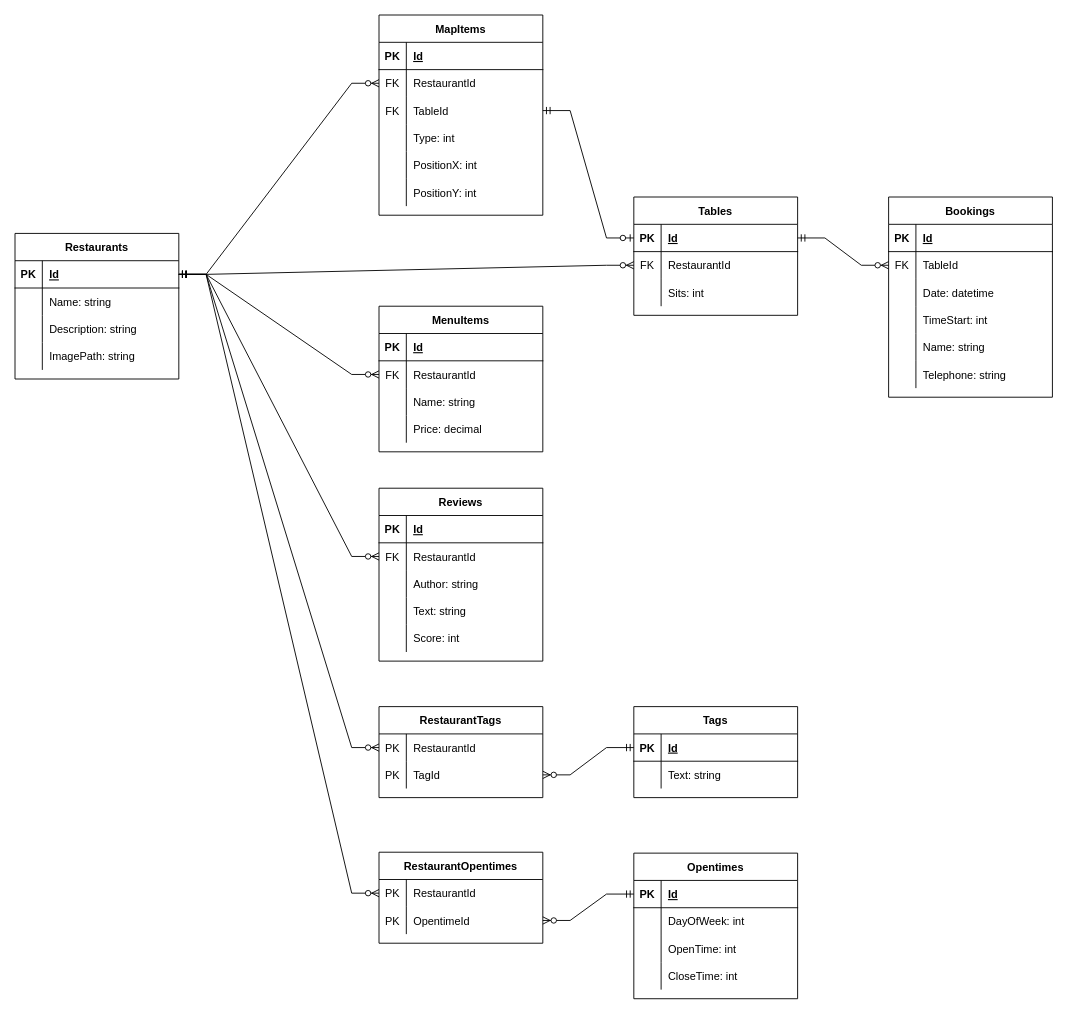
Before: DatabaseDesign.drawio in koloczz/sit-eat, a draw.io diagram. Source tidied: cells renumbered, new cells numbered last; positions are measured from the earlier drawing's top-left corner, leaving out a move shared by most shapes. Both pictures are drawn from the tidied source at 91%, with x=0, y=0 at pixel (15, 15).
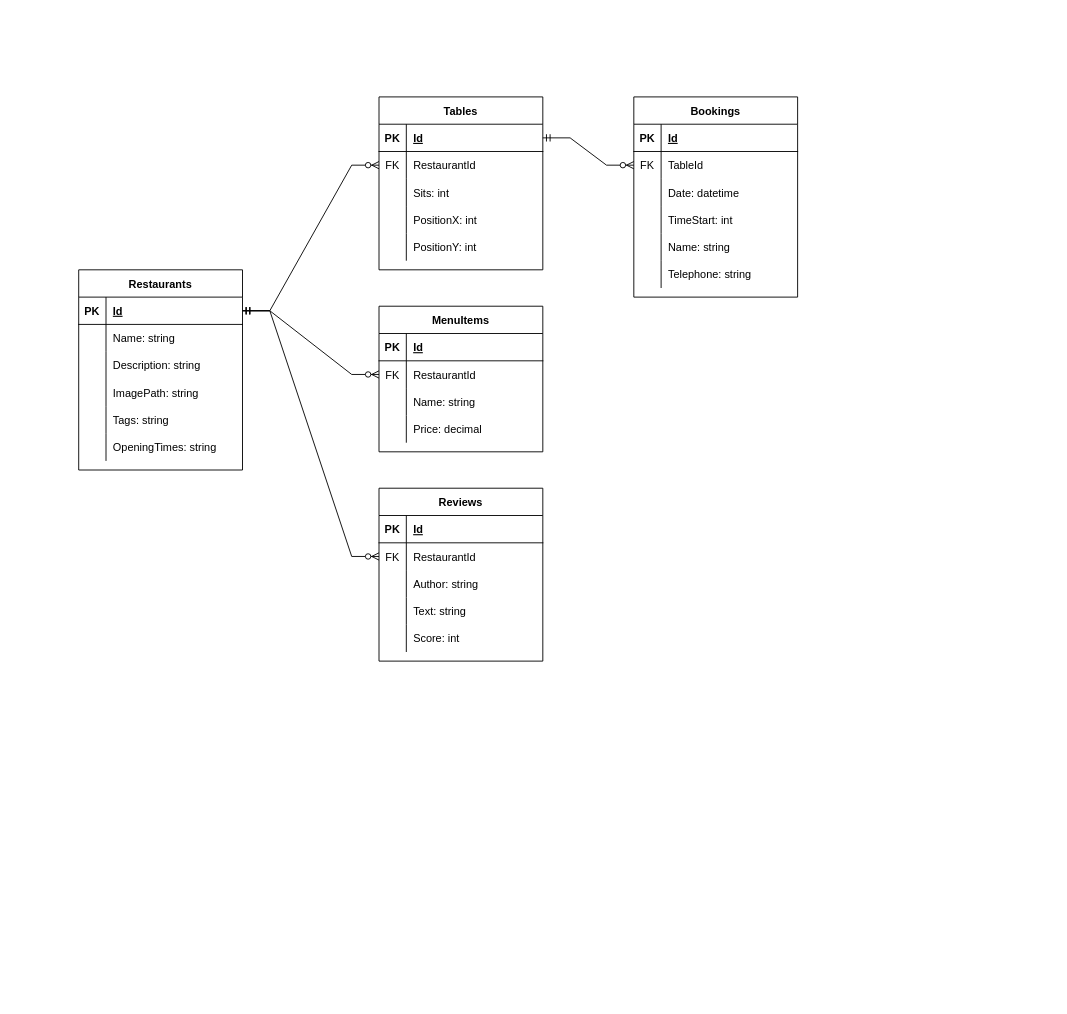
After the change.

Commit message (it also covers changes not shown here):
Simplify database design

The change refers to these unchanged cells:
```xml
<mxCell id="3" style="shape=partialRectangle;fillColor=none;top=0;left=0;bottom=1;right=0;points=[[0,0.5],[1,0.5]];portConstraint=eastwest;" parent="2" vertex="1">
  <mxGeometry y="30" width="180" height="30" as="geometry" />
</mxCell>
<mxCell id="16" style="shape=partialRectangle;fillColor=none;top=0;left=0;bottom=1;right=0;points=[[0,0.5],[1,0.5]];portConstraint=eastwest;" parent="15" vertex="1">
  <mxGeometry y="30" width="180" height="30" as="geometry" />
</mxCell>
```

Change to the diagram source:
```diff
@@
     <mxCell id="2" value="Restaurants" style="shape=table;startSize=30;childLayout=tableLayout;rowLines=0;fontStyle=1;align=center;fillColor=default;strokeColor=default;fontColor=default;" parent="1" vertex="1">
-      <mxGeometry y="240" width="180" height="160" as="geometry" />
+      <mxGeometry x="70" y="280" width="180" height="220" as="geometry" />
     </mxCell>
@@
+    <mxCell id="136" style="shape=partialRectangle;fillColor=none;top=0;left=0;bottom=0;right=0;" parent="2" vertex="1">
+      <mxGeometry y="150" width="180" height="30" as="geometry" />
+    </mxCell>
+    <mxCell id="137" style="shape=partialRectangle;fillColor=none;top=0;left=0;bottom=0;right=0;overflow=hidden;" parent="136" vertex="1">
+      <mxGeometry width="30" height="30" as="geometry" />
+    </mxCell>
+    <mxCell id="138" value="Tags: string" style="shape=partialRectangle;fillColor=none;top=0;left=0;bottom=0;right=0;align=left;spacingLeft=6;overflow=hidden;" parent="136" vertex="1">
+      <mxGeometry x="30" width="150" height="30" as="geometry" />
+    </mxCell>
+    <mxCell id="42" style="shape=partialRectangle;fillColor=none;top=0;left=0;bottom=0;right=0;" parent="2" vertex="1">
+      <mxGeometry y="180" width="180" height="30" as="geometry" />
+    </mxCell>
+    <mxCell id="139" style="shape=partialRectangle;fillColor=none;top=0;left=0;bottom=0;right=0;overflow=hidden;" parent="42" vertex="1">
+      <mxGeometry width="30" height="30" as="geometry" />
+    </mxCell>
+    <mxCell id="140" value="OpeningTimes: string" style="shape=partialRectangle;fillColor=none;top=0;left=0;bottom=0;right=0;align=left;spacingLeft=6;overflow=hidden;" parent="42" vertex="1">
+      <mxGeometry x="30" width="150" height="30" as="geometry" />
+    </mxCell>
     <mxCell id="15" value="Tables" style="shape=table;startSize=30;childLayout=tableLayout;rowLines=0;fontStyle=1;align=center;" parent="1" vertex="1">
-      <mxGeometry x="680" y="200" width="180" height="130" as="geometry" />
+      <mxGeometry x="400" y="90" width="180" height="190" as="geometry" />
     </mxCell>
@@
+    <mxCell id="141" style="shape=partialRectangle;fillColor=none;top=0;left=0;bottom=0;right=0;" parent="15" vertex="1">
+      <mxGeometry y="120" width="180" height="30" as="geometry" />
+    </mxCell>
+    <mxCell id="142" style="shape=partialRectangle;fillColor=none;top=0;left=0;bottom=0;right=0;overflow=hidden;" parent="141" vertex="1">
+      <mxGeometry width="30" height="30" as="geometry" />
+    </mxCell>
+    <mxCell id="41" value="PositionX: int" style="shape=partialRectangle;fillColor=none;top=0;left=0;bottom=0;right=0;align=left;spacingLeft=6;overflow=hidden;" parent="141" vertex="1">
+      <mxGeometry x="30" width="150" height="30" as="geometry" />
+    </mxCell>
+    <mxCell id="143" style="shape=partialRectangle;fillColor=none;top=0;left=0;bottom=0;right=0;" parent="15" vertex="1">
+      <mxGeometry y="150" width="180" height="30" as="geometry" />
+    </mxCell>
+    <mxCell id="144" style="shape=partialRectangle;fillColor=none;top=0;left=0;bottom=0;right=0;overflow=hidden;" parent="143" vertex="1">
+      <mxGeometry width="30" height="30" as="geometry" />
+    </mxCell>
+    <mxCell id="44" value="PositionY: int" style="shape=partialRectangle;fillColor=none;top=0;left=0;bottom=0;right=0;align=left;spacingLeft=6;overflow=hidden;" parent="143" vertex="1">
+      <mxGeometry x="30" width="150" height="30" as="geometry" />
+    </mxCell>
@@
-    <mxCell id="26" value="MapItems" style="shape=table;startSize=30;childLayout=tableLayout;rowLines=0;fontStyle=1;align=center;" parent="1" vertex="1">
-      <mxGeometry x="400" width="180" height="220" as="geometry" />
-    </mxCell>
-    <mxCell id="27" style="shape=partialRectangle;fillColor=none;top=0;left=0;bottom=1;right=0;" parent="26" vertex="1">
-      <mxGeometry y="30" width="180" height="30" as="geometry" />
-    </mxCell>
-    <mxCell id="28" value="PK" style="shape=partialRectangle;fillColor=none;top=0;left=0;bottom=0;right=0;fontStyle=1;overflow=hidden;" parent="27" vertex="1">
-      <mxGeometry width="30" height="30" as="geometry" />
-    </mxCell>
-    <mxCell id="29" value="Id" style="shape=partialRectangle;fillColor=none;top=0;left=0;bottom=0;right=0;align=left;spacingLeft=6;fontStyle=5;overflow=hidden;" parent="27" vertex="1">
-      <mxGeometry x="30" width="150" height="30" as="geometry" />
-    </mxCell>
-    <mxCell id="30" style="shape=partialRectangle;fillColor=none;top=0;left=0;bottom=0;right=0;points=[[0,0.5],[1,0.5]];portConstraint=eastwest;" parent="26" vertex="1">
-      <mxGeometry y="60" width="180" height="30" as="geometry" />
-    </mxCell>
-    <mxCell id="31" value="FK" style="shape=partialRectangle;fillColor=none;top=0;left=0;bottom=0;right=0;overflow=hidden;" parent="30" vertex="1">
-      <mxGeometry width="30" height="30" as="geometry" />
-    </mxCell>
-    <mxCell id="32" value="RestaurantId" style="shape=partialRectangle;fillColor=none;top=0;left=0;bottom=0;right=0;align=left;spacingLeft=6;overflow=hidden;" parent="30" vertex="1">
-      <mxGeometry x="30" width="150" height="30" as="geometry" />
-    </mxCell>
-    <mxCell id="33" style="shape=partialRectangle;fillColor=none;top=0;left=0;bottom=0;right=0;points=[[0,0.5],[1,0.5]];portConstraint=eastwest;" parent="26" vertex="1">
-      <mxGeometry y="90" width="180" height="30" as="geometry" />
-    </mxCell>
-    <mxCell id="34" value="FK" style="shape=partialRectangle;fillColor=none;top=0;left=0;bottom=0;right=0;overflow=hidden;" parent="33" vertex="1">
-      <mxGeometry width="30" height="30" as="geometry" />
-    </mxCell>
-    <mxCell id="35" value="TableId" style="shape=partialRectangle;fillColor=none;top=0;left=0;bottom=0;right=0;align=left;spacingLeft=6;overflow=hidden;" parent="33" vertex="1">
-      <mxGeometry x="30" width="150" height="30" as="geometry" />
-    </mxCell>
-    <mxCell id="36" style="shape=partialRectangle;fillColor=none;top=0;left=0;bottom=0;right=0;" parent="26" vertex="1">
-      <mxGeometry y="120" width="180" height="30" as="geometry" />
-    </mxCell>
-    <mxCell id="37" style="shape=partialRectangle;fillColor=none;top=0;left=0;bottom=0;right=0;overflow=hidden;" parent="36" vertex="1">
-      <mxGeometry width="30" height="30" as="geometry" />
-    </mxCell>
-    <mxCell id="38" value="Type: int" style="shape=partialRectangle;fillColor=none;top=0;left=0;bottom=0;right=0;align=left;spacingLeft=6;overflow=hidden;" parent="36" vertex="1">
-      <mxGeometry x="30" width="150" height="30" as="geometry" />
-    </mxCell>
-    <mxCell id="39" style="shape=partialRectangle;fillColor=none;top=0;left=0;bottom=0;right=0;" parent="26" vertex="1">
-      <mxGeometry y="150" width="180" height="30" as="geometry" />
-    </mxCell>
-    <mxCell id="40" style="shape=partialRectangle;fillColor=none;top=0;left=0;bottom=0;right=0;overflow=hidden;" parent="39" vertex="1">
-      <mxGeometry width="30" height="30" as="geometry" />
-    </mxCell>
-    <mxCell id="41" value="PositionX: int" style="shape=partialRectangle;fillColor=none;top=0;left=0;bottom=0;right=0;align=left;spacingLeft=6;overflow=hidden;" parent="39" vertex="1">
-      <mxGeometry x="30" width="150" height="30" as="geometry" />
-    </mxCell>
-    <mxCell id="42" style="shape=partialRectangle;fillColor=none;top=0;left=0;bottom=0;right=0;" parent="26" vertex="1">
-      <mxGeometry y="180" width="180" height="30" as="geometry" />
-    </mxCell>
-    <mxCell id="43" style="shape=partialRectangle;fillColor=none;top=0;left=0;bottom=0;right=0;overflow=hidden;" parent="42" vertex="1">
-      <mxGeometry width="30" height="30" as="geometry" />
-    </mxCell>
-    <mxCell id="44" value="PositionY: int" style="shape=partialRectangle;fillColor=none;top=0;left=0;bottom=0;right=0;align=left;spacingLeft=6;overflow=hidden;" parent="42" vertex="1">
-      <mxGeometry x="30" width="150" height="30" as="geometry" />
-    </mxCell>
-    <mxCell id="45" style="edgeStyle=entityRelationEdgeStyle;fontSize=12;html=1;endArrow=ERzeroToMany;startArrow=ERmandOne;rounded=0;exitX=1;exitY=0.5;exitDx=0;exitDy=0;entryX=0;entryY=0.5;entryDx=0;entryDy=0;" parent="1" edge="1" source="3" target="30">
-      <mxGeometry relative="1" as="geometry" />
-    </mxCell>
-    <mxCell id="46" style="edgeStyle=entityRelationEdgeStyle;fontSize=12;html=1;endArrow=ERzeroToOne;startArrow=ERmandOne;rounded=0;entryX=0;entryY=0.5;entryDx=0;entryDy=0;exitX=1;exitY=0.5;exitDx=0;exitDy=0;strokeColor=default;labelBackgroundColor=default;fontColor=default;" parent="1" edge="1" source="33" target="16">
-      <mxGeometry relative="1" as="geometry" />
-    </mxCell>
     <mxCell id="47" value="Bookings" style="shape=table;startSize=30;childLayout=tableLayout;rowLines=0;fontStyle=1;align=center;" parent="1" vertex="1">
-      <mxGeometry x="960" y="200" width="180" height="220" as="geometry" />
+      <mxGeometry x="680" y="90" width="180" height="220" as="geometry" />
     </mxCell>
@@
-    <mxCell id="98" value="Tags" style="shape=table;startSize=30;childLayout=tableLayout;rowLines=0;fontStyle=1;align=center;fillColor=default;strokeColor=default;fontColor=default;" parent="1" vertex="1">
-      <mxGeometry x="680" y="760" width="180" height="100" as="geometry" />
-    </mxCell>
-    <mxCell id="99" style="shape=partialRectangle;fillColor=none;top=0;left=0;bottom=1;right=0;points=[[0,0.5],[1,0.5]];portConstraint=eastwest;" parent="98" vertex="1">
-      <mxGeometry y="30" width="180" height="30" as="geometry" />
-    </mxCell>
-    <mxCell id="100" value="PK" style="shape=partialRectangle;fillColor=none;top=0;left=0;bottom=0;right=0;fontStyle=1;overflow=hidden;" parent="99" vertex="1">
-      <mxGeometry width="30" height="30" as="geometry" />
-    </mxCell>
-    <mxCell id="101" value="Id" style="shape=partialRectangle;fillColor=none;top=0;left=0;bottom=0;right=0;align=left;spacingLeft=6;fontStyle=5;overflow=hidden;" parent="99" vertex="1">
-      <mxGeometry x="30" width="150" height="30" as="geometry" />
-    </mxCell>
-    <mxCell id="102" style="shape=partialRectangle;fillColor=none;top=0;left=0;bottom=0;right=0;" parent="98" vertex="1">
-      <mxGeometry y="60" width="180" height="30" as="geometry" />
-    </mxCell>
-    <mxCell id="103" style="shape=partialRectangle;fillColor=none;top=0;left=0;bottom=0;right=0;overflow=hidden;" parent="102" vertex="1">
-      <mxGeometry width="30" height="30" as="geometry" />
-    </mxCell>
-    <mxCell id="104" value="Text: string" style="shape=partialRectangle;fillColor=none;top=0;left=0;bottom=0;right=0;align=left;spacingLeft=6;overflow=hidden;fontColor=default;strokeColor=default;" parent="102" vertex="1">
-      <mxGeometry x="30" width="150" height="30" as="geometry" />
-    </mxCell>
-    <mxCell id="105" value="RestaurantTags" style="shape=table;startSize=30;childLayout=tableLayout;rowLines=0;fontStyle=1;align=center;fillColor=default;strokeColor=default;fontColor=default;" parent="1" vertex="1">
-      <mxGeometry x="400" y="760" width="180" height="100" as="geometry" />
-    </mxCell>
-    <mxCell id="106" style="shape=partialRectangle;fillColor=none;top=0;left=0;bottom=0;right=0;points=[[0,0.5],[1,0.5]];portConstraint=eastwest;" parent="105" vertex="1">
-      <mxGeometry y="30" width="180" height="30" as="geometry" />
-    </mxCell>
-    <mxCell id="107" value="PK" style="shape=partialRectangle;fillColor=none;top=0;left=0;bottom=0;right=0;overflow=hidden;fontColor=default;" parent="106" vertex="1">
-      <mxGeometry width="30" height="30" as="geometry" />
-    </mxCell>
-    <mxCell id="108" value="RestaurantId" style="shape=partialRectangle;fillColor=none;top=0;left=0;bottom=0;right=0;align=left;spacingLeft=6;overflow=hidden;fontColor=default;strokeColor=default;" parent="106" vertex="1">
-      <mxGeometry x="30" width="150" height="30" as="geometry" />
-    </mxCell>
-    <mxCell id="109" style="shape=partialRectangle;fillColor=none;top=0;left=0;bottom=0;right=0;points=[[0,0.5],[1,0.5]];portConstraint=eastwest;" parent="105" vertex="1">
-      <mxGeometry y="60" width="180" height="30" as="geometry" />
-    </mxCell>
-    <mxCell id="110" value="PK" style="shape=partialRectangle;fillColor=none;top=0;left=0;bottom=0;right=0;overflow=hidden;fontColor=default;" parent="109" vertex="1">
-      <mxGeometry width="30" height="30" as="geometry" />
-    </mxCell>
-    <mxCell id="111" value="TagId" style="shape=partialRectangle;fillColor=none;top=0;left=0;bottom=0;right=0;align=left;spacingLeft=6;overflow=hidden;fontColor=default;strokeColor=default;" parent="109" vertex="1">
-      <mxGeometry x="30" width="150" height="30" as="geometry" />
-    </mxCell>
-    <mxCell id="112" style="edgeStyle=entityRelationEdgeStyle;fontSize=12;html=1;endArrow=ERzeroToMany;startArrow=ERmandOne;rounded=0;exitX=1;exitY=0.5;exitDx=0;exitDy=0;entryX=0;entryY=0.5;entryDx=0;entryDy=0;strokeColor=default;labelBackgroundColor=default;fontColor=default;" parent="1" edge="1" source="3" target="106">
-      <mxGeometry relative="1" as="geometry" />
-    </mxCell>
-    <mxCell id="113" style="edgeStyle=entityRelationEdgeStyle;fontSize=12;html=1;endArrow=ERzeroToMany;startArrow=ERmandOne;rounded=0;entryX=1;entryY=0.5;entryDx=0;entryDy=0;strokeColor=default;labelBackgroundColor=default;fontColor=default;exitX=0;exitY=0.5;exitDx=0;exitDy=0;" parent="1" edge="1" source="99" target="109">
-      <mxGeometry relative="1" as="geometry" />
-    </mxCell>
-    <mxCell id="114" value="Opentimes" style="shape=table;startSize=30;childLayout=tableLayout;rowLines=0;fontStyle=1;align=center;fillColor=default;strokeColor=default;fontColor=default;" parent="1" vertex="1">
-      <mxGeometry x="680" y="921" width="180" height="160" as="geometry" />
-    </mxCell>
-    <mxCell id="115" style="shape=partialRectangle;fillColor=none;top=0;left=0;bottom=1;right=0;points=[[0,0.5],[1,0.5]];portConstraint=eastwest;" parent="114" vertex="1">
-      <mxGeometry y="30" width="180" height="30" as="geometry" />
-    </mxCell>
-    <mxCell id="116" value="PK" style="shape=partialRectangle;fillColor=none;top=0;left=0;bottom=0;right=0;fontStyle=1;overflow=hidden;" parent="115" vertex="1">
-      <mxGeometry width="30" height="30" as="geometry" />
-    </mxCell>
-    <mxCell id="117" value="Id" style="shape=partialRectangle;fillColor=none;top=0;left=0;bottom=0;right=0;align=left;spacingLeft=6;fontStyle=5;overflow=hidden;" parent="115" vertex="1">
-      <mxGeometry x="30" width="150" height="30" as="geometry" />
-    </mxCell>
-    <mxCell id="118" style="shape=partialRectangle;fillColor=none;top=0;left=0;bottom=0;right=0;" parent="114" vertex="1">
-      <mxGeometry y="60" width="180" height="30" as="geometry" />
-    </mxCell>
-    <mxCell id="119" style="shape=partialRectangle;fillColor=none;top=0;left=0;bottom=0;right=0;overflow=hidden;" parent="118" vertex="1">
-      <mxGeometry width="30" height="30" as="geometry" />
-    </mxCell>
-    <mxCell id="120" value="DayOfWeek: int" style="shape=partialRectangle;fillColor=none;top=0;left=0;bottom=0;right=0;align=left;spacingLeft=6;overflow=hidden;fontColor=default;strokeColor=default;" parent="118" vertex="1">
-      <mxGeometry x="30" width="150" height="30" as="geometry" />
-    </mxCell>
-    <mxCell id="121" style="shape=partialRectangle;fillColor=none;top=0;left=0;bottom=0;right=0;" parent="114" vertex="1">
-      <mxGeometry y="90" width="180" height="30" as="geometry" />
-    </mxCell>
-    <mxCell id="122" style="shape=partialRectangle;fillColor=none;top=0;left=0;bottom=0;right=0;overflow=hidden;" parent="121" vertex="1">
-      <mxGeometry width="30" height="30" as="geometry" />
-    </mxCell>
-    <mxCell id="123" value="OpenTime: int" style="shape=partialRectangle;fillColor=none;top=0;left=0;bottom=0;right=0;align=left;spacingLeft=6;overflow=hidden;fontColor=default;strokeColor=default;" parent="121" vertex="1">
-      <mxGeometry x="30" width="150" height="30" as="geometry" />
-    </mxCell>
-    <mxCell id="124" style="shape=partialRectangle;fillColor=none;top=0;left=0;bottom=0;right=0;" parent="114" vertex="1">
-      <mxGeometry y="120" width="180" height="30" as="geometry" />
-    </mxCell>
-    <mxCell id="125" style="shape=partialRectangle;fillColor=none;top=0;left=0;bottom=0;right=0;overflow=hidden;" parent="124" vertex="1">
-      <mxGeometry width="30" height="30" as="geometry" />
-    </mxCell>
-    <mxCell id="126" value="CloseTime: int" style="shape=partialRectangle;fillColor=none;top=0;left=0;bottom=0;right=0;align=left;spacingLeft=6;overflow=hidden;fontColor=default;strokeColor=default;" parent="124" vertex="1">
-      <mxGeometry x="30" width="150" height="30" as="geometry" />
-    </mxCell>
-    <mxCell id="127" value="RestaurantOpentimes" style="shape=table;startSize=30;childLayout=tableLayout;rowLines=0;fontStyle=1;align=center;fillColor=default;strokeColor=default;fontColor=default;" parent="1" vertex="1">
-      <mxGeometry x="400" y="920" width="180" height="100" as="geometry" />
-    </mxCell>
-    <mxCell id="128" style="shape=partialRectangle;fillColor=none;top=0;left=0;bottom=0;right=0;points=[[0,0.5],[1,0.5]];portConstraint=eastwest;" parent="127" vertex="1">
-      <mxGeometry y="30" width="180" height="30" as="geometry" />
-    </mxCell>
-    <mxCell id="129" value="PK" style="shape=partialRectangle;fillColor=none;top=0;left=0;bottom=0;right=0;overflow=hidden;fontColor=default;" parent="128" vertex="1">
-      <mxGeometry width="30" height="30" as="geometry" />
-    </mxCell>
-    <mxCell id="130" value="RestaurantId" style="shape=partialRectangle;fillColor=none;top=0;left=0;bottom=0;right=0;align=left;spacingLeft=6;overflow=hidden;fontColor=default;strokeColor=default;" parent="128" vertex="1">
-      <mxGeometry x="30" width="150" height="30" as="geometry" />
-    </mxCell>
-    <mxCell id="131" style="shape=partialRectangle;fillColor=none;top=0;left=0;bottom=0;right=0;points=[[0,0.5],[1,0.5]];portConstraint=eastwest;" parent="127" vertex="1">
-      <mxGeometry y="60" width="180" height="30" as="geometry" />
-    </mxCell>
-    <mxCell id="132" value="PK" style="shape=partialRectangle;fillColor=none;top=0;left=0;bottom=0;right=0;overflow=hidden;fontColor=default;" parent="131" vertex="1">
-      <mxGeometry width="30" height="30" as="geometry" />
-    </mxCell>
-    <mxCell id="133" value="OpentimeId" style="shape=partialRectangle;fillColor=none;top=0;left=0;bottom=0;right=0;align=left;spacingLeft=6;overflow=hidden;fontColor=default;strokeColor=default;" parent="131" vertex="1">
-      <mxGeometry x="30" width="150" height="30" as="geometry" />
-    </mxCell>
-    <mxCell id="134" style="edgeStyle=entityRelationEdgeStyle;fontSize=12;html=1;endArrow=ERzeroToMany;startArrow=ERmandOne;rounded=0;entryX=1;entryY=0.5;entryDx=0;entryDy=0;strokeColor=default;labelBackgroundColor=default;fontColor=default;exitX=0;exitY=0.5;exitDx=0;exitDy=0;" parent="1" edge="1" source="115" target="131">
-      <mxGeometry relative="1" as="geometry" />
-    </mxCell>
-    <mxCell id="135" style="edgeStyle=entityRelationEdgeStyle;fontSize=12;html=1;endArrow=ERzeroToMany;startArrow=ERmandOne;rounded=0;exitX=1;exitY=0.5;exitDx=0;exitDy=0;entryX=0;entryY=0.5;entryDx=0;entryDy=0;strokeColor=default;labelBackgroundColor=default;fontColor=default;" parent="1" edge="1" source="3" target="128">
-      <mxGeometry relative="1" as="geometry" />
-    </mxCell>
```
